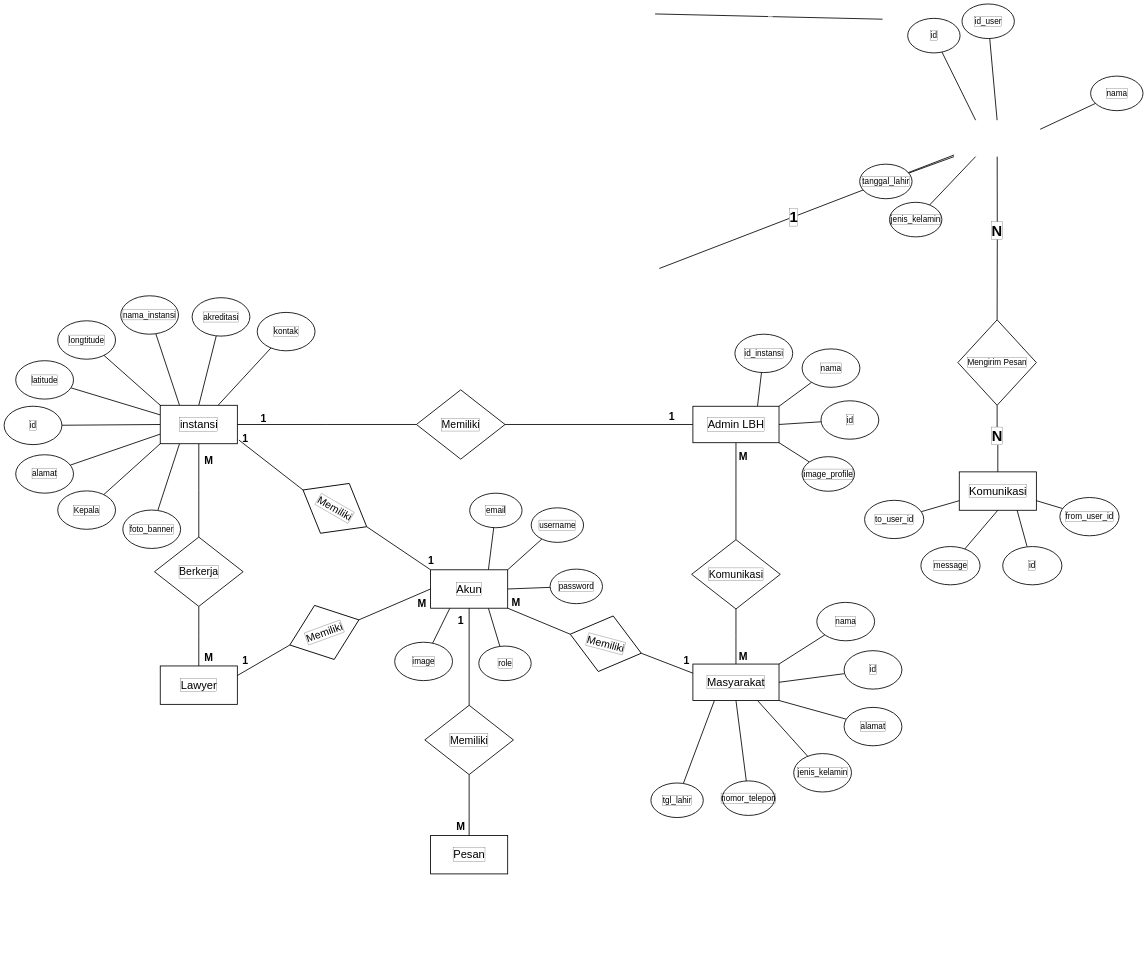
The draw.io diagram page "ERD" (8 of 11) of Arsitektur-Model-PUI.drawio in naufalfirman23/FILE-DIAGRAM, before the edit. Source tidied: cells renumbered, new cells numbered last; positions are measured from the earlier drawing's top-left corner, leaving out a move shared by most shapes. Both pictures are drawn from the tidied source at 21%, with x=0, y=0 at pixel (4, 4).
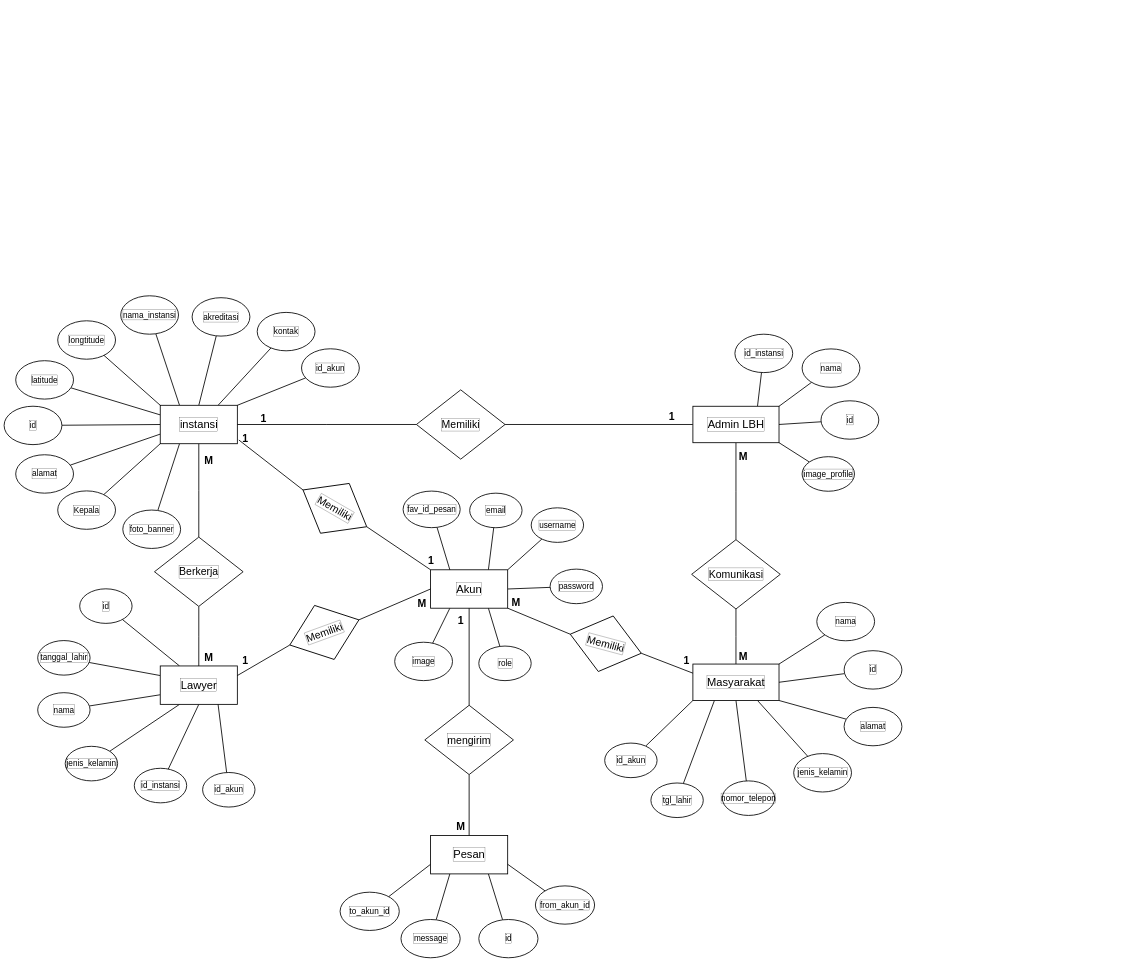
Above is the later version.

The change refers to these unchanged cells:
```xml
<mxCell id="80" value="instansi" style="rounded=0;whiteSpace=wrap;html=1;strokeWidth=4;fontSize=53;labelBorderColor=default;" parent="1" vertex="1">
  <mxGeometry x="743.6" y="1911.5" width="367.1" height="182.9" as="geometry" />
</mxCell>
<mxCell id="86" value="&lt;font&gt;Masyarakat&lt;/font&gt;" style="rounded=0;whiteSpace=wrap;html=1;strokeWidth=4;fontSize=53;labelBorderColor=default;" parent="1" vertex="1">
  <mxGeometry x="3280" y="3143.7" width="410.1" height="173.5" as="geometry" />
</mxCell>
<mxCell id="90" value="Lawyer" style="rounded=0;whiteSpace=wrap;html=1;strokeWidth=4;fontSize=53;labelBorderColor=default;" parent="1" vertex="1">
  <mxGeometry x="743.6" y="3152.7" width="367.1" height="182.9" as="geometry" />
</mxCell>
<mxCell id="97" value="Akun" style="rounded=0;whiteSpace=wrap;html=1;strokeWidth=4;fontSize=53;labelBorderColor=default;" parent="1" vertex="1">
  <mxGeometry x="2030.9" y="2694.8" width="367.1" height="182.9" as="geometry" />
</mxCell>
<mxCell id="104" value="Pesan" style="rounded=0;whiteSpace=wrap;html=1;strokeWidth=4;fontSize=53;labelBorderColor=default;" parent="1" vertex="1">
  <mxGeometry x="2030.9" y="3960" width="367.1" height="182.9" as="geometry" />
</mxCell>
```

Change to the diagram source:
```diff
@@
-    <mxCell id="2" value="Komunikasi" style="rounded=0;whiteSpace=wrap;html=1;strokeWidth=4;fontSize=53;labelBorderColor=default;" parent="1" vertex="1">
-      <mxGeometry x="4548.5" y="2228.5" width="367.1" height="182.9" as="geometry" />
-    </mxCell>
-    <mxCell id="3" style="rounded=0;jettySize=auto;html=1;entryX=0.75;entryY=1;entryDx=0;entryDy=0;endArrow=none;startFill=0;strokeWidth=4;fontSize=39;labelBorderColor=default;" parent="1" edge="1" source="4" target="2">
+    <mxCell id="3" style="rounded=0;jettySize=auto;html=1;entryX=0.75;entryY=1;entryDx=0;entryDy=0;endArrow=none;startFill=0;strokeWidth=4;fontSize=39;labelBorderColor=default;" parent="1" edge="1" source="4" target="104">
       <mxGeometry relative="1" as="geometry" />
     </mxCell>
     <mxCell id="4" value="id" style="ellipse;whiteSpace=wrap;html=1;strokeWidth=4;fontSize=39;labelBorderColor=default;" parent="1" vertex="1">
-      <mxGeometry x="4755.3" y="2584.1" width="281.9" height="182.3" as="geometry" />
+      <mxGeometry x="2260.5" y="4360" width="281.9" height="182.3" as="geometry" />
     </mxCell>
-    <mxCell id="5" style="rounded=0;jettySize=auto;html=1;entryX=1;entryY=0.75;entryDx=0;entryDy=0;endArrow=none;startFill=0;strokeWidth=4;fontSize=39;labelBorderColor=default;" parent="1" edge="1" source="6" target="2">
-      <mxGeometry relative="1" as="geometry" />
-    </mxCell>
-    <mxCell id="6" value="from_user_id" style="ellipse;whiteSpace=wrap;html=1;strokeWidth=4;fontSize=39;labelBorderColor=default;" parent="1" vertex="1">
-      <mxGeometry x="5027.5" y="2350.6" width="281.9" height="182.3" as="geometry" />
+    <mxCell id="6" value="from_akun_id" style="ellipse;whiteSpace=wrap;html=1;strokeWidth=4;fontSize=39;labelBorderColor=default;" parent="1" vertex="1">
+      <mxGeometry x="2530" y="4200" width="281.9" height="182.3" as="geometry" />
     </mxCell>
-    <mxCell id="7" style="rounded=0;jettySize=auto;html=1;entryX=0;entryY=0.75;entryDx=0;entryDy=0;endArrow=none;startFill=0;strokeWidth=4;fontSize=39;labelBorderColor=default;" parent="1" edge="1" source="8" target="2">
+    <mxCell id="7" style="rounded=0;jettySize=auto;html=1;endArrow=none;startFill=0;strokeWidth=4;fontSize=39;labelBorderColor=default;entryX=0;entryY=0.75;entryDx=0;entryDy=0;" parent="1" edge="1" source="8" target="104">
       <mxGeometry relative="1" as="geometry" />
     </mxCell>
-    <mxCell id="8" value="to_user_id" style="ellipse;whiteSpace=wrap;html=1;strokeWidth=4;fontSize=39;labelBorderColor=default;" parent="1" vertex="1">
-      <mxGeometry x="4097.5" y="2363.9" width="281.9" height="182.3" as="geometry" />
+    <mxCell id="8" value="to_akun_id" style="ellipse;whiteSpace=wrap;html=1;strokeWidth=4;fontSize=39;labelBorderColor=default;" parent="1" vertex="1">
+      <mxGeometry x="1600" y="4230" width="281.9" height="182.3" as="geometry" />
     </mxCell>
-    <mxCell id="9" style="rounded=0;jettySize=auto;html=1;entryX=0.5;entryY=1;entryDx=0;entryDy=0;endArrow=none;startFill=0;strokeWidth=4;fontSize=39;labelBorderColor=default;" parent="1" edge="1" source="10" target="2">
+    <mxCell id="9" style="rounded=0;jettySize=auto;html=1;entryX=0.25;entryY=1;entryDx=0;entryDy=0;endArrow=none;startFill=0;strokeWidth=4;fontSize=39;labelBorderColor=default;" parent="1" edge="1" source="10" target="104">
       <mxGeometry relative="1" as="geometry" />
     </mxCell>
     <mxCell id="10" value="message" style="ellipse;whiteSpace=wrap;html=1;strokeWidth=4;fontSize=39;labelBorderColor=default;" parent="1" vertex="1">
-      <mxGeometry x="4365.6" y="2584.1" width="281.9" height="182.3" as="geometry" />
+      <mxGeometry x="1890" y="4360" width="281.9" height="182.3" as="geometry" />
     </mxCell>
-    <mxCell id="11" style="edgeStyle=orthogonalEdgeStyle;rounded=0;jettySize=auto;html=1;entryX=0.5;entryY=0;entryDx=0;entryDy=0;strokeWidth=4;endArrow=none;startFill=0;fontSize=39;labelBorderColor=default;" parent="1" edge="1" source="13" target="2">
-      <mxGeometry relative="1" as="geometry" />
-    </mxCell>
-    <mxCell id="12" value="&lt;font style=&quot;font-size: 70px;&quot;&gt;&lt;b&gt;N&lt;/b&gt;&lt;/font&gt;" style="edgeLabel;html=1;align=center;verticalAlign=middle;fontSize=53;labelBorderColor=default;" parent="11" vertex="1">
-      <mxGeometry x="-0.09" y="-1" relative="1" as="geometry">
-        <mxPoint y="-1" as="offset" />
-      </mxGeometry>
-    </mxCell>
-    <mxCell id="13" value="&lt;font&gt;Mengirim Pesan&lt;/font&gt;" style="rhombus;whiteSpace=wrap;html=1;strokeWidth=4;fontSize=39;labelBorderColor=default;" parent="1" vertex="1">
-      <mxGeometry x="4541.8" y="1504.5" width="373.8" height="406.9" as="geometry" />
-    </mxCell>
-    <mxCell id="14" style="rounded=0;orthogonalLoop=1;jettySize=auto;html=1;entryX=1;entryY=0.5;entryDx=0;entryDy=0;endArrow=none;startFill=0;strokeWidth=4;fontSize=39;labelBorderColor=default;" parent="1" edge="1">
-      <mxGeometry relative="1" as="geometry">
-        <mxPoint x="4183" y="72.9" as="sourcePoint" />
-        <mxPoint x="3100" y="47.9" as="targetPoint" />
-      </mxGeometry>
-    </mxCell>
-    <mxCell id="15" value="Text" style="edgeLabel;html=1;align=center;verticalAlign=middle;" parent="14" vertex="1">
-      <mxGeometry x="-0.01" y="-4" relative="1" as="geometry">
-        <mxPoint x="1" as="offset" />
-      </mxGeometry>
-    </mxCell>
-    <mxCell id="16" style="rounded=0;orthogonalLoop=1;jettySize=auto;html=1;endArrow=none;startFill=0;strokeWidth=4;fontSize=39;labelBorderColor=default;" parent="1" edge="1">
-      <mxGeometry relative="1" as="geometry">
-        <mxPoint x="4523.6" y="719.5" as="sourcePoint" />
-        <mxPoint x="3120" y="1260" as="targetPoint" />
-      </mxGeometry>
-    </mxCell>
-    <mxCell id="17" value="&lt;font&gt;&lt;b&gt;1&lt;/b&gt;&lt;/font&gt;" style="edgeLabel;html=1;align=center;verticalAlign=middle;fontSize=70;labelBorderColor=default;" parent="16" vertex="1">
-      <mxGeometry x="0.09" relative="1" as="geometry" />
-    </mxCell>
@@
-    <mxCell id="26" style="rounded=0;jettySize=auto;html=1;entryX=0.25;entryY=0;entryDx=0;entryDy=0;strokeWidth=4;endArrow=none;startFill=0;fontSize=39;labelBorderColor=default;" parent="1" edge="1" source="27">
-      <mxGeometry relative="1" as="geometry">
-        <mxPoint x="4626.2" y="553.8" as="targetPoint" />
-      </mxGeometry>
+    <mxCell id="26" style="rounded=0;jettySize=auto;html=1;strokeWidth=4;endArrow=none;startFill=0;fontSize=39;labelBorderColor=default;entryX=0.25;entryY=0;entryDx=0;entryDy=0;" parent="1" edge="1" source="27" target="90">
+      <mxGeometry relative="1" as="geometry" />
     </mxCell>
     <mxCell id="27" value="id" style="ellipse;whiteSpace=wrap;html=1;strokeWidth=4;fontSize=39;labelBorderColor=default;" parent="1" vertex="1">
-      <mxGeometry x="4302.8" y="68.9" width="249.5" height="164.6" as="geometry" />
+      <mxGeometry x="360" y="2785.4" width="249.5" height="164.6" as="geometry" />
     </mxCell>
-    <mxCell id="28" style="rounded=0;jettySize=auto;html=1;entryX=0.5;entryY=0;entryDx=0;entryDy=0;strokeWidth=4;endArrow=none;startFill=0;fontSize=39;labelBorderColor=default;" parent="1" edge="1" source="29">
-      <mxGeometry relative="1" as="geometry">
-        <mxPoint x="4728.7" y="553.8" as="targetPoint" />
-      </mxGeometry>
+    <mxCell id="28" style="rounded=0;jettySize=auto;html=1;strokeWidth=4;endArrow=none;startFill=0;fontSize=39;labelBorderColor=default;entryX=0.5;entryY=1;entryDx=0;entryDy=0;" parent="1" edge="1" source="29" target="90">
+      <mxGeometry relative="1" as="geometry" />
     </mxCell>
-    <mxCell id="29" value="id_user" style="ellipse;whiteSpace=wrap;html=1;strokeWidth=4;fontSize=39;labelBorderColor=default;" parent="1" vertex="1">
-      <mxGeometry x="4561.4" y="0.4" width="249.5" height="164.6" as="geometry" />
+    <mxCell id="29" value="id_instansi" style="ellipse;whiteSpace=wrap;html=1;strokeWidth=4;fontSize=39;labelBorderColor=default;" parent="1" vertex="1">
+      <mxGeometry x="620" y="3640" width="249.5" height="164.6" as="geometry" />
     </mxCell>
-    <mxCell id="30" style="rounded=0;jettySize=auto;html=1;entryX=1;entryY=0.25;entryDx=0;entryDy=0;strokeWidth=4;endArrow=none;startFill=0;fontSize=39;labelBorderColor=default;" parent="1" edge="1" source="31">
-      <mxGeometry relative="1" as="geometry">
-        <mxPoint x="4933.7" y="597.2" as="targetPoint" />
-      </mxGeometry>
+    <mxCell id="30" style="rounded=0;jettySize=auto;html=1;strokeWidth=4;endArrow=none;startFill=0;fontSize=39;labelBorderColor=default;entryX=0;entryY=0.75;entryDx=0;entryDy=0;" parent="1" edge="1" source="31" target="90">
+      <mxGeometry relative="1" as="geometry" />
     </mxCell>
     <mxCell id="31" value="nama" style="ellipse;whiteSpace=wrap;html=1;strokeWidth=4;fontSize=39;labelBorderColor=default;" parent="1" vertex="1">
-      <mxGeometry x="5173.9" y="343.9" width="249.5" height="164.6" as="geometry" />
+      <mxGeometry x="160" y="3280" width="249.5" height="164.6" as="geometry" />
     </mxCell>
@@
-    <mxCell id="36" style="rounded=0;jettySize=auto;html=1;entryX=0;entryY=1;entryDx=0;entryDy=0;strokeWidth=4;endArrow=none;startFill=0;fontSize=39;labelBorderColor=default;" parent="1" edge="1" source="37">
-      <mxGeometry relative="1" as="geometry">
-        <mxPoint x="4523.6" y="727.3" as="targetPoint" />
-      </mxGeometry>
+    <mxCell id="36" style="rounded=0;jettySize=auto;html=1;entryX=0;entryY=0.25;entryDx=0;entryDy=0;strokeWidth=4;endArrow=none;startFill=0;fontSize=39;labelBorderColor=default;" parent="1" edge="1" source="37" target="90">
+      <mxGeometry relative="1" as="geometry" />
     </mxCell>
     <mxCell id="37" value="tanggal_lahir" style="ellipse;whiteSpace=wrap;html=1;strokeWidth=4;fontSize=39;labelBorderColor=default;" parent="1" vertex="1">
-      <mxGeometry x="4074.2" y="763.2" width="249.5" height="164.6" as="geometry" />
+      <mxGeometry x="160" y="3031.8" width="249.5" height="164.6" as="geometry" />
     </mxCell>
-    <mxCell id="38" style="rounded=0;jettySize=auto;html=1;entryX=0.25;entryY=1;entryDx=0;entryDy=0;strokeWidth=4;endArrow=none;startFill=0;fontSize=39;labelBorderColor=default;" parent="1" edge="1" source="39">
-      <mxGeometry relative="1" as="geometry">
-        <mxPoint x="4626.2" y="727.3" as="targetPoint" />
-      </mxGeometry>
+    <mxCell id="38" style="rounded=0;jettySize=auto;html=1;strokeWidth=4;endArrow=none;startFill=0;fontSize=39;labelBorderColor=default;entryX=0.25;entryY=1;entryDx=0;entryDy=0;" parent="1" edge="1" source="39" target="90">
+      <mxGeometry relative="1" as="geometry" />
     </mxCell>
     <mxCell id="39" value="jenis_kelamin" style="ellipse;whiteSpace=wrap;html=1;strokeWidth=4;fontSize=39;labelBorderColor=default;" parent="1" vertex="1">
-      <mxGeometry x="4216.2" y="944.9" width="249.5" height="164.6" as="geometry" />
+      <mxGeometry x="291" y="3535.4" width="249.5" height="164.6" as="geometry" />
     </mxCell>
@@
-    <mxCell id="42" style="edgeStyle=orthogonalEdgeStyle;rounded=0;jettySize=auto;html=1;entryX=0.5;entryY=0;entryDx=0;entryDy=0;endArrow=none;startFill=0;strokeWidth=4;fontSize=39;labelBorderColor=default;" parent="1" edge="1" target="13">
-      <mxGeometry relative="1" as="geometry">
-        <mxPoint x="4729" y="727.3" as="sourcePoint" />
-      </mxGeometry>
-    </mxCell>
-    <mxCell id="43" value="&lt;font&gt;&lt;b&gt;N&lt;/b&gt;&lt;/font&gt;" style="edgeLabel;html=1;align=center;verticalAlign=middle;fontSize=70;labelBorderColor=default;" parent="42" vertex="1">
-      <mxGeometry x="-0.1" y="-3" relative="1" as="geometry">
-        <mxPoint y="1" as="offset" />
-      </mxGeometry>
-    </mxCell>
@@
-    <mxCell id="105" value="&lt;font&gt;Memiliki&lt;/font&gt;" style="rhombus;whiteSpace=wrap;html=1;strokeWidth=4;fontSize=50;labelBorderColor=default;" parent="1" vertex="1">
+    <mxCell id="105" value="&lt;font&gt;mengirim&lt;/font&gt;" style="rhombus;whiteSpace=wrap;html=1;strokeWidth=4;fontSize=50;labelBorderColor=default;" parent="1" vertex="1">
       <mxGeometry x="2003.4" y="3340" width="422.1" height="330" as="geometry" />
     </mxCell>
@@
+    <mxCell id="119" style="rounded=0;jettySize=auto;html=1;strokeWidth=4;endArrow=none;startFill=0;fontSize=39;labelBorderColor=default;entryX=0.75;entryY=1;entryDx=0;entryDy=0;" parent="1" edge="1" source="120" target="90">
+      <mxGeometry relative="1" as="geometry" />
+    </mxCell>
+    <mxCell id="120" value="id_akun" style="ellipse;whiteSpace=wrap;html=1;strokeWidth=4;fontSize=39;labelBorderColor=default;" parent="1" vertex="1">
+      <mxGeometry x="945.3" y="3660" width="249.5" height="164.6" as="geometry" />
+    </mxCell>
+    <mxCell id="121" style="rounded=0;jettySize=auto;html=1;endArrow=none;startFill=0;startArrow=none;strokeWidth=4;fontSize=39;labelBorderColor=default;entryX=1;entryY=0;entryDx=0;entryDy=0;" parent="1" edge="1" source="122" target="80">
+      <mxGeometry relative="1" as="geometry" />
+    </mxCell>
+    <mxCell id="122" value="id_akun" style="ellipse;whiteSpace=wrap;html=1;strokeWidth=4;fontSize=39;labelBorderColor=default;" parent="1" vertex="1">
+      <mxGeometry x="1416.3" y="1642.4" width="275.3" height="182.9" as="geometry" />
+    </mxCell>
+    <mxCell id="123" style="rounded=0;jettySize=auto;html=1;entryX=0;entryY=1;entryDx=0;entryDy=0;strokeWidth=4;endArrow=none;startFill=0;fontSize=39;labelBorderColor=default;" parent="1" edge="1" source="124" target="86">
+      <mxGeometry relative="1" as="geometry" />
+    </mxCell>
+    <mxCell id="124" value="id_akun" style="ellipse;whiteSpace=wrap;html=1;strokeWidth=4;fontSize=39;labelBorderColor=default;" parent="1" vertex="1">
+      <mxGeometry x="2860" y="3520" width="249.5" height="164.6" as="geometry" />
+    </mxCell>
+    <mxCell id="125" style="rounded=0;jettySize=auto;html=1;entryX=1;entryY=0.75;entryDx=0;entryDy=0;endArrow=none;startFill=0;strokeWidth=4;fontSize=39;labelBorderColor=default;" parent="1" edge="1" source="6" target="104">
+      <mxGeometry relative="1" as="geometry" />
+    </mxCell>
+    <mxCell id="126" style="rounded=0;jettySize=auto;html=1;strokeWidth=4;endArrow=none;startFill=0;fontSize=39;labelBorderColor=default;entryX=0.25;entryY=0;entryDx=0;entryDy=0;" parent="1" edge="1" source="127" target="97">
+      <mxGeometry relative="1" as="geometry" />
+    </mxCell>
+    <mxCell id="127" value="fav_id_pesan" style="ellipse;whiteSpace=wrap;html=1;strokeWidth=4;fontSize=39;labelBorderColor=default;" parent="1" vertex="1">
+      <mxGeometry x="1900" y="2320" width="271.9" height="174.2" as="geometry" />
+    </mxCell>
```
